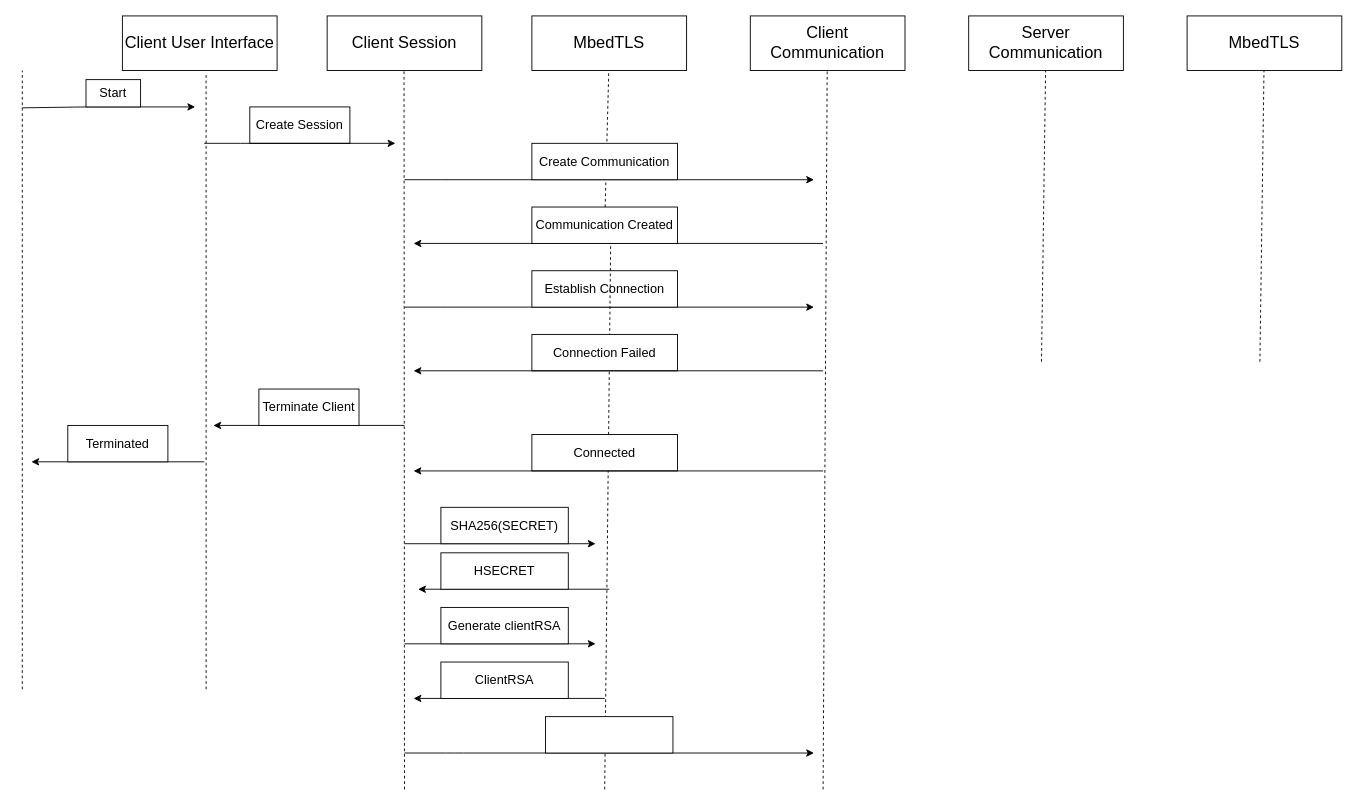
This is docs/sequence_diagram.drawio from Danielkarlsson91/Examination-project, a draw.io file, before an edit. Source tidied: cells renumbered, new cells numbered last; positions are measured from the earlier drawing's top-left corner, leaving out a move shared by most shapes. Both pictures are drawn from the tidied source at 91%, with x=0, y=0 at pixel (22, 15).
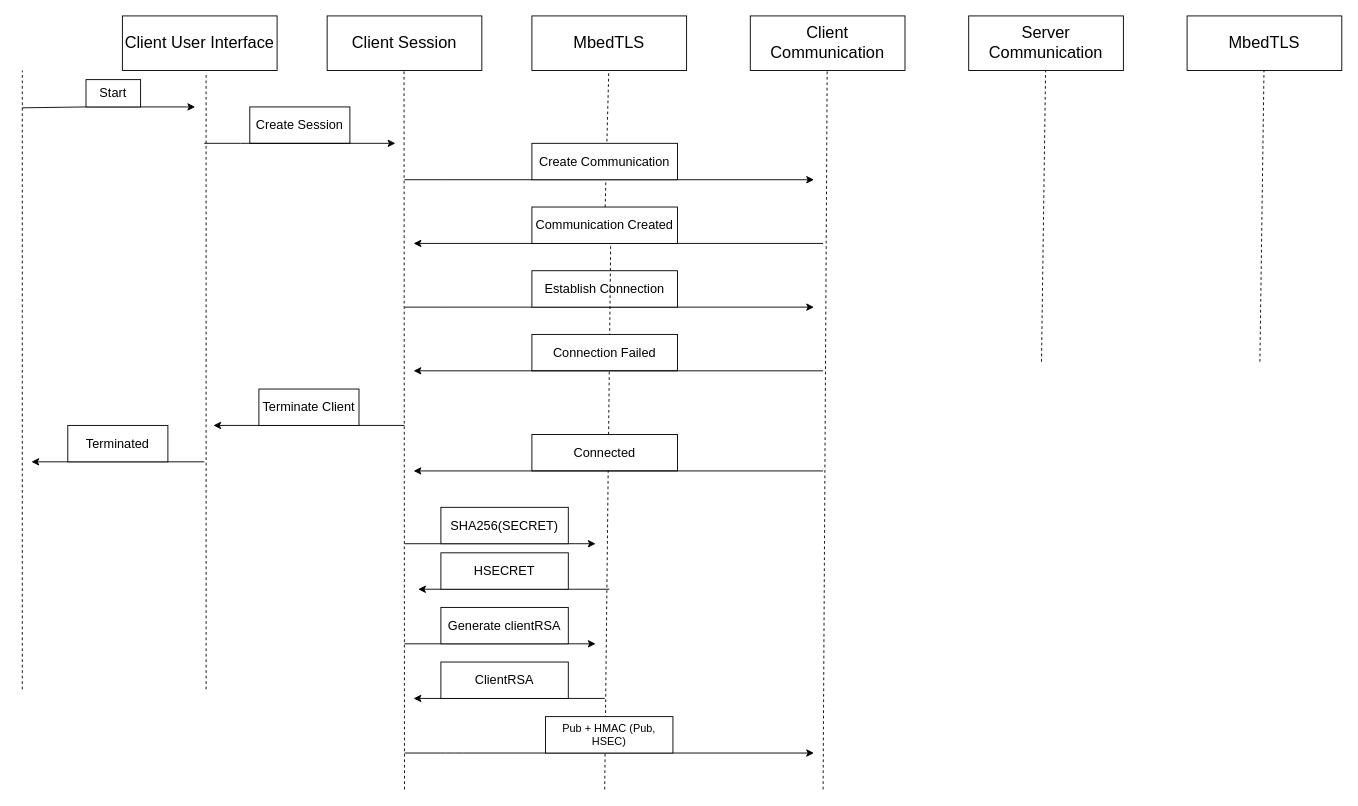
Above is the later version.

Change to the diagram source:
```diff
@@
-    <mxCell id="43" style="whiteSpace=wrap;html=1;" parent="1" vertex="1">
+    <mxCell id="43" value="Pub + HMAC (Pub, HSEC)" style="whiteSpace=wrap;html=1;" parent="1" vertex="1">
       <mxGeometry x="575" y="770" width="140" height="40" as="geometry" />
     </mxCell>
```
